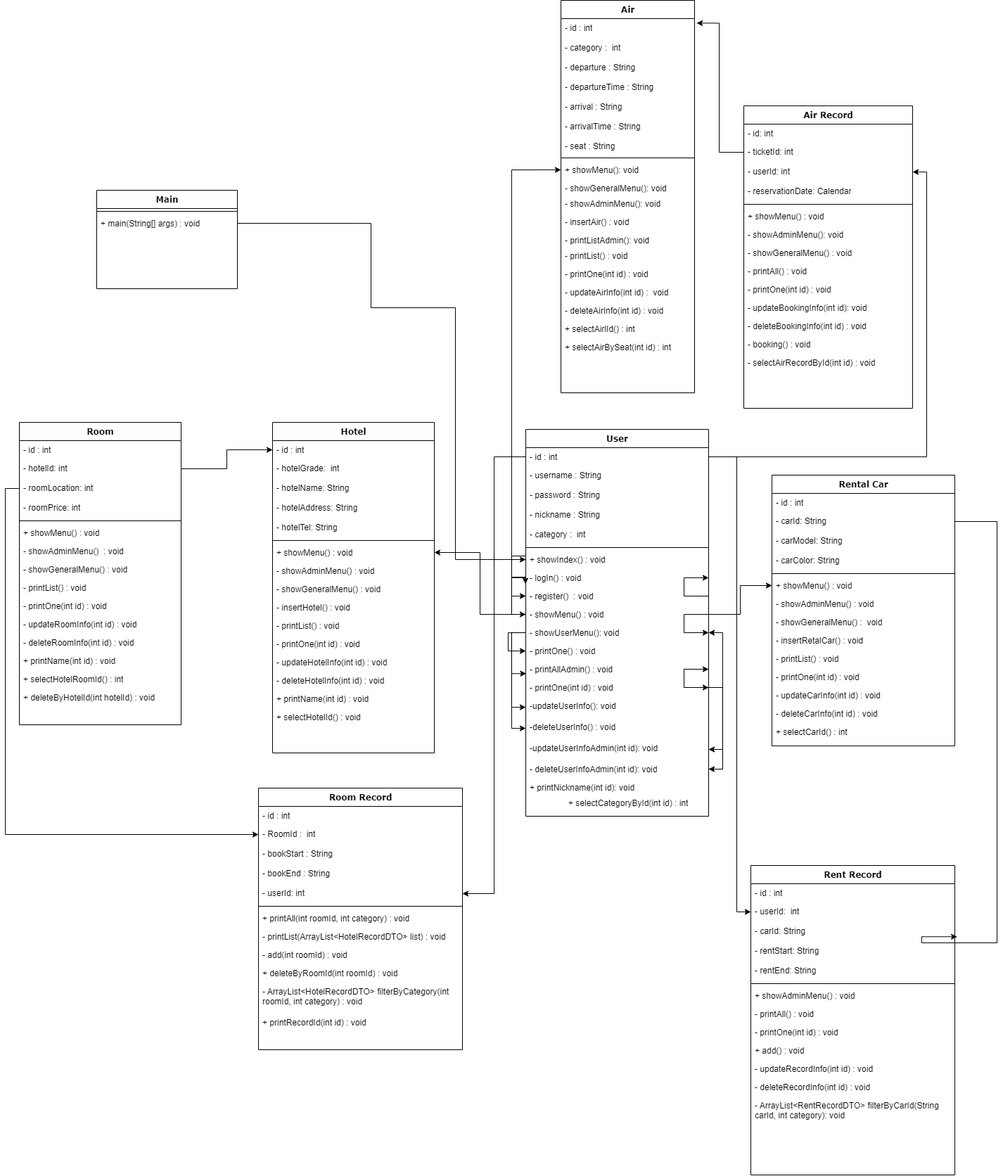
This is TravelProject/제목 없는 다이어그램의 복사본.drawio.png from yunheeversal/Study, a draw.io export, as it was before one commit. Source tidied: cells renumbered, new cells last; positions are measured from the earlier drawing's top-left corner, leaving out a move shared by most shapes.
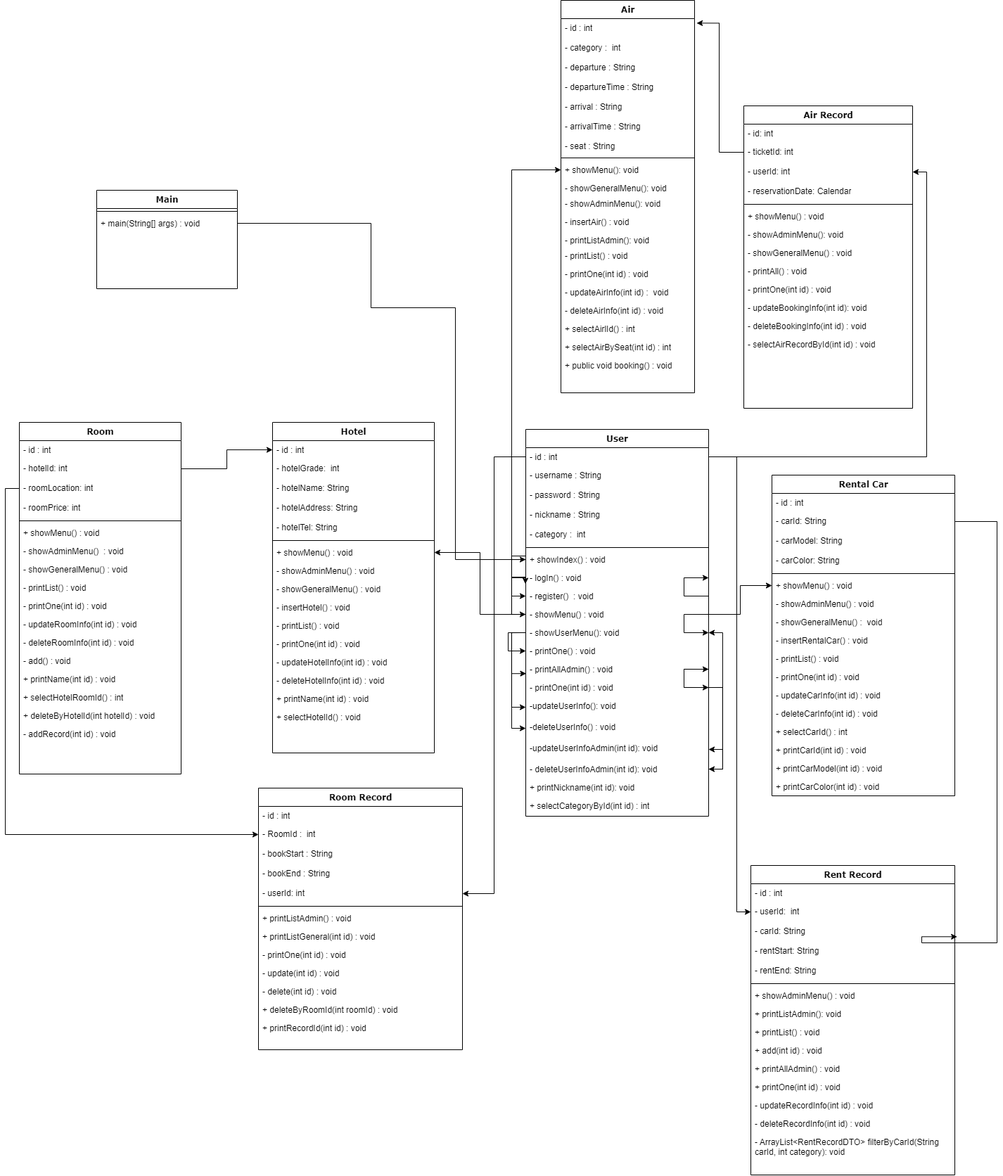
After the change.

Commit message:
제목 없는 다이어그램의 복사본.drawio.png 업데이트

The edit, as a diff of the source:
```diff
@@ -23,27 +23,27 @@
     <mxCell id="8" style="line;html=1;strokeWidth=1;fillColor=none;align=left;verticalAlign=middle;spacingTop=-1;spacingLeft=3;spacingRight=3;labelPosition=right;" parent="2" vertex="1">
       <mxGeometry y="164" width="290" height="8" as="geometry" />
     </mxCell>
-    <mxCell id="9" value="+ printAll(int roomId, int category) : void" style="text;html=1;strokeColor=none;fillColor=none;align=left;verticalAlign=top;spacingLeft=4;spacingRight=4;whiteSpace=wrap;overflow=hidden;" parent="2" vertex="1">
-      <mxGeometry y="172" width="290" height="26" as="geometry" />
-    </mxCell>
-    <mxCell id="10" value="-&amp;nbsp;printList(ArrayList&amp;lt;HotelRecordDTO&amp;gt; list) : void" style="text;html=1;strokeColor=none;fillColor=none;align=left;verticalAlign=top;spacingLeft=4;spacingRight=4;whiteSpace=wrap;overflow=hidden;" parent="2" vertex="1">
-      <mxGeometry y="198" width="290" height="26" as="geometry" />
+    <mxCell id="10" value="+&amp;nbsp;printListAdmin() : void" style="text;html=1;strokeColor=none;fillColor=none;align=left;verticalAlign=top;spacingLeft=4;spacingRight=4;whiteSpace=wrap;overflow=hidden;" parent="2" vertex="1">
+      <mxGeometry y="172" width="290" height="26" as="geometry" />
     </mxCell>
-    <mxCell id="11" value="-&amp;nbsp;add(int roomId) : void" style="text;html=1;strokeColor=none;fillColor=none;align=left;verticalAlign=top;spacingLeft=4;spacingRight=4;whiteSpace=wrap;overflow=hidden;" parent="2" vertex="1">
-      <mxGeometry y="224" width="290" height="26" as="geometry" />
+    <mxCell id="11" value="+&amp;nbsp;printListGeneral(int id) : void" style="text;html=1;strokeColor=none;fillColor=none;align=left;verticalAlign=top;spacingLeft=4;spacingRight=4;whiteSpace=wrap;overflow=hidden;" parent="2" vertex="1">
+      <mxGeometry y="198" width="290" height="26" as="geometry" />
     </mxCell>
+    <mxCell id="15" value="-&amp;nbsp;printOne(int id) : void" style="text;html=1;strokeColor=none;fillColor=none;align=left;verticalAlign=top;spacingLeft=4;spacingRight=4;whiteSpace=wrap;overflow=hidden;" parent="2" vertex="1">
+      <mxGeometry y="224" width="290" height="26" as="geometry" />
+    </mxCell>
+    <mxCell id="169" value="-&amp;nbsp;update(int id) : void" style="text;html=1;strokeColor=none;fillColor=none;align=left;verticalAlign=top;spacingLeft=4;spacingRight=4;whiteSpace=wrap;overflow=hidden;" parent="2" vertex="1">
+      <mxGeometry y="250" width="290" height="26" as="geometry" />
+    </mxCell>
+    <mxCell id="170" value="-&amp;nbsp;delete(int id) : void" style="text;html=1;strokeColor=none;fillColor=none;align=left;verticalAlign=top;spacingLeft=4;spacingRight=4;whiteSpace=wrap;overflow=hidden;" parent="2" vertex="1">
+      <mxGeometry y="276" width="290" height="26" as="geometry" />
+    </mxCell>
     <mxCell id="12" value="+&amp;nbsp;deleteByRoomId(int roomId) : void" style="text;html=1;strokeColor=none;fillColor=none;align=left;verticalAlign=top;spacingLeft=4;spacingRight=4;whiteSpace=wrap;overflow=hidden;" parent="2" vertex="1">
-      <mxGeometry y="250" width="290" height="26" as="geometry" />
+      <mxGeometry y="302" width="290" height="26" as="geometry" />
     </mxCell>
-    <mxCell id="13" value="-&amp;nbsp;ArrayList&amp;lt;HotelRecordDTO&amp;gt; filterByCategory(int roomId, int category) : void&amp;nbsp;" style="text;html=1;strokeColor=none;fillColor=none;align=left;verticalAlign=top;spacingLeft=4;spacingRight=4;whiteSpace=wrap;overflow=hidden;" parent="2" vertex="1">
-      <mxGeometry y="276" width="290" height="44" as="geometry" />
-    </mxCell>
     <mxCell id="14" value="+&amp;nbsp;printRecordId(int id) : void" style="text;html=1;strokeColor=none;fillColor=none;align=left;verticalAlign=top;spacingLeft=4;spacingRight=4;whiteSpace=wrap;overflow=hidden;" parent="2" vertex="1">
-      <mxGeometry y="320" width="290" height="26" as="geometry" />
+      <mxGeometry y="328" width="290" height="26" as="geometry" />
     </mxCell>
-    <mxCell id="15" style="text;html=1;strokeColor=none;fillColor=none;align=left;verticalAlign=top;spacingLeft=4;spacingRight=4;whiteSpace=wrap;overflow=hidden;" parent="2" vertex="1">
-      <mxGeometry y="346" width="290" height="26" as="geometry" />
-    </mxCell>
     <mxCell id="16" value="User" style="swimlane;html=1;fontStyle=1;align=center;verticalAlign=top;horizontal=1;startSize=26;swimlaneFillColor=#ffffff;rounded=0;shadow=0;comic=0;labelBackgroundColor=none;strokeWidth=1;fillColor=none;fontFamily=Verdana;fontSize=12;" parent="1" vertex="1">
       <mxGeometry x="720" y="610" width="260" height="550" as="geometry" />
     </mxCell>
@@ -177,6 +177,9 @@
     <mxCell id="49" value="+ printNickname(int id): void" style="text;html=1;strokeColor=none;fillColor=none;align=left;verticalAlign=top;spacingLeft=4;spacingRight=4;whiteSpace=wrap;overflow=hidden;" parent="16" vertex="1">
       <mxGeometry y="496" width="260" height="26" as="geometry" />
     </mxCell>
+    <mxCell id="157" value="+&amp;nbsp;selectCategoryById(int id) : int" style="text;html=1;strokeColor=none;fillColor=none;align=left;verticalAlign=top;spacingLeft=4;spacingRight=4;whiteSpace=wrap;overflow=hidden;" parent="16" vertex="1">
+      <mxGeometry y="522" width="260" height="26" as="geometry" />
+    </mxCell>
     <mxCell id="50" value="Air Record" style="swimlane;html=1;fontStyle=1;align=center;verticalAlign=top;horizontal=1;startSize=26;swimlaneFillColor=#ffffff;rounded=0;shadow=0;comic=0;labelBackgroundColor=none;strokeWidth=1;fillColor=none;fontFamily=Verdana;fontSize=12;" parent="1" vertex="1">
       <mxGeometry x="1030" y="150" width="240" height="430" as="geometry" />
     </mxCell>
@@ -216,14 +219,11 @@
     <mxCell id="62" value="-&amp;nbsp;deleteBookingInfo(int id) : void" style="text;html=1;strokeColor=none;fillColor=none;align=left;verticalAlign=top;spacingLeft=4;spacingRight=4;whiteSpace=wrap;overflow=hidden;" parent="50" vertex="1">
       <mxGeometry y="300" width="240" height="26" as="geometry" />
     </mxCell>
-    <mxCell id="63" value="-&amp;nbsp;booking() : void" style="text;html=1;strokeColor=none;fillColor=none;align=left;verticalAlign=top;spacingLeft=4;spacingRight=4;whiteSpace=wrap;overflow=hidden;" parent="50" vertex="1">
-      <mxGeometry y="326" width="240" height="26" as="geometry" />
-    </mxCell>
     <mxCell id="64" value="-&amp;nbsp;selectAirRecordById(int id) : void" style="text;html=1;strokeColor=none;fillColor=none;align=left;verticalAlign=top;spacingLeft=4;spacingRight=4;whiteSpace=wrap;overflow=hidden;" parent="50" vertex="1">
-      <mxGeometry y="352" width="240" height="26" as="geometry" />
+      <mxGeometry y="326" width="240" height="26" as="geometry" />
     </mxCell>
     <mxCell id="65" value="Room" style="swimlane;html=1;fontStyle=1;align=center;verticalAlign=top;horizontal=1;startSize=26;swimlaneFillColor=#ffffff;rounded=0;shadow=0;comic=0;labelBackgroundColor=none;strokeWidth=1;fillColor=none;fontFamily=Verdana;fontSize=12;" parent="1" vertex="1">
-      <mxGeometry y="600" width="230" height="430" as="geometry" />
+      <mxGeometry y="600" width="230" height="500" as="geometry" />
     </mxCell>
     <mxCell id="66" value="- id : int" style="text;html=1;strokeColor=none;fillColor=none;align=left;verticalAlign=top;spacingLeft=4;spacingRight=4;whiteSpace=wrap;overflow=hidden;" parent="65" vertex="1">
       <mxGeometry y="26" width="230" height="26" as="geometry" />
@@ -264,15 +264,21 @@
     <mxCell id="78" value="-&amp;nbsp;deleteRoomInfo(int id) : void" style="text;html=1;strokeColor=none;fillColor=none;align=left;verticalAlign=top;spacingLeft=4;spacingRight=4;whiteSpace=wrap;overflow=hidden;" parent="65" vertex="1">
       <mxGeometry y="300" width="230" height="26" as="geometry" />
     </mxCell>
+    <mxCell id="171" value="- add() : void" style="text;html=1;strokeColor=none;fillColor=none;align=left;verticalAlign=top;spacingLeft=4;spacingRight=4;whiteSpace=wrap;overflow=hidden;" parent="65" vertex="1">
+      <mxGeometry y="326" width="230" height="26" as="geometry" />
+    </mxCell>
     <mxCell id="79" value="+&amp;nbsp;printName(int id) : void" style="text;html=1;strokeColor=none;fillColor=none;align=left;verticalAlign=top;spacingLeft=4;spacingRight=4;whiteSpace=wrap;overflow=hidden;" parent="65" vertex="1">
-      <mxGeometry y="326" width="230" height="26" as="geometry" />
+      <mxGeometry y="352" width="230" height="26" as="geometry" />
     </mxCell>
     <mxCell id="80" value="+&amp;nbsp;selectHotelRoomId() : int" style="text;html=1;strokeColor=none;fillColor=none;align=left;verticalAlign=top;spacingLeft=4;spacingRight=4;whiteSpace=wrap;overflow=hidden;" parent="65" vertex="1">
-      <mxGeometry y="352" width="230" height="26" as="geometry" />
+      <mxGeometry y="378" width="230" height="26" as="geometry" />
     </mxCell>
     <mxCell id="81" value="+&amp;nbsp;deleteByHotelId(int hotelId) : void" style="text;html=1;strokeColor=none;fillColor=none;align=left;verticalAlign=top;spacingLeft=4;spacingRight=4;whiteSpace=wrap;overflow=hidden;" parent="65" vertex="1">
-      <mxGeometry y="378" width="230" height="26" as="geometry" />
+      <mxGeometry y="404" width="230" height="26" as="geometry" />
     </mxCell>
+    <mxCell id="172" value="-&amp;nbsp;addRecord(int id) : void" style="text;html=1;strokeColor=none;fillColor=none;align=left;verticalAlign=top;spacingLeft=4;spacingRight=4;whiteSpace=wrap;overflow=hidden;" parent="65" vertex="1">
+      <mxGeometry y="430" width="230" height="26" as="geometry" />
+    </mxCell>
     <mxCell id="82" value="Rent Record" style="swimlane;html=1;fontStyle=1;align=center;verticalAlign=top;horizontal=1;startSize=26;swimlaneFillColor=#ffffff;rounded=0;shadow=0;comic=0;labelBackgroundColor=none;strokeWidth=1;fillColor=none;fontFamily=Verdana;fontSize=12;" parent="1" vertex="1">
       <mxGeometry x="1040" y="1230" width="290" height="440" as="geometry" />
     </mxCell>
@@ -297,29 +303,32 @@
     <mxCell id="89" value="+ showAdminMenu() : void" style="text;html=1;strokeColor=none;fillColor=none;align=left;verticalAlign=top;spacingLeft=4;spacingRight=4;whiteSpace=wrap;overflow=hidden;" parent="82" vertex="1">
       <mxGeometry y="172" width="290" height="26" as="geometry" />
     </mxCell>
-    <mxCell id="90" value="-&amp;nbsp;printAll() : void" style="text;html=1;strokeColor=none;fillColor=none;align=left;verticalAlign=top;spacingLeft=4;spacingRight=4;whiteSpace=wrap;overflow=hidden;" parent="82" vertex="1">
+    <mxCell id="90" value="+&amp;nbsp;printListAdmin(): void" style="text;html=1;strokeColor=none;fillColor=none;align=left;verticalAlign=top;spacingLeft=4;spacingRight=4;whiteSpace=wrap;overflow=hidden;" parent="82" vertex="1">
       <mxGeometry y="198" width="290" height="26" as="geometry" />
     </mxCell>
-    <mxCell id="91" value="-&amp;nbsp;printOne(int id) : void" style="text;html=1;strokeColor=none;fillColor=none;align=left;verticalAlign=top;spacingLeft=4;spacingRight=4;whiteSpace=wrap;overflow=hidden;" parent="82" vertex="1">
+    <mxCell id="91" value="+&amp;nbsp;printList() : void" style="text;html=1;strokeColor=none;fillColor=none;align=left;verticalAlign=top;spacingLeft=4;spacingRight=4;whiteSpace=wrap;overflow=hidden;" parent="82" vertex="1">
       <mxGeometry y="224" width="290" height="26" as="geometry" />
     </mxCell>
-    <mxCell id="92" value="+&amp;nbsp;add() : void" style="text;html=1;strokeColor=none;fillColor=none;align=left;verticalAlign=top;spacingLeft=4;spacingRight=4;whiteSpace=wrap;overflow=hidden;" parent="82" vertex="1">
+    <mxCell id="92" value="+&amp;nbsp;add(int id) : void" style="text;html=1;strokeColor=none;fillColor=none;align=left;verticalAlign=top;spacingLeft=4;spacingRight=4;whiteSpace=wrap;overflow=hidden;" parent="82" vertex="1">
       <mxGeometry y="250" width="290" height="26" as="geometry" />
     </mxCell>
+    <mxCell id="96" value="+&amp;nbsp;printAllAdmin() : void" style="text;html=1;strokeColor=none;fillColor=none;align=left;verticalAlign=top;spacingLeft=4;spacingRight=4;whiteSpace=wrap;overflow=hidden;" parent="82" vertex="1">
+      <mxGeometry y="276" width="290" height="26" as="geometry" />
+    </mxCell>
+    <mxCell id="173" value="+&amp;nbsp;printOne(int id) : void" style="text;html=1;strokeColor=none;fillColor=none;align=left;verticalAlign=top;spacingLeft=4;spacingRight=4;whiteSpace=wrap;overflow=hidden;" parent="82" vertex="1">
+      <mxGeometry y="302" width="290" height="26" as="geometry" />
+    </mxCell>
     <mxCell id="93" value="-&amp;nbsp;updateRecordInfo(int id) : void" style="text;html=1;strokeColor=none;fillColor=none;align=left;verticalAlign=top;spacingLeft=4;spacingRight=4;whiteSpace=wrap;overflow=hidden;" parent="82" vertex="1">
-      <mxGeometry y="276" width="290" height="26" as="geometry" />
+      <mxGeometry y="328" width="290" height="26" as="geometry" />
     </mxCell>
     <mxCell id="94" value="-&amp;nbsp;deleteRecordInfo(int id) : void" style="text;html=1;strokeColor=none;fillColor=none;align=left;verticalAlign=top;spacingLeft=4;spacingRight=4;whiteSpace=wrap;overflow=hidden;" parent="82" vertex="1">
-      <mxGeometry y="302" width="290" height="26" as="geometry" />
+      <mxGeometry y="354" width="290" height="26" as="geometry" />
     </mxCell>
     <mxCell id="95" value="-&amp;nbsp;ArrayList&amp;lt;RentRecordDTO&amp;gt; filterByCarId(String carId, int category): void&amp;nbsp;" style="text;html=1;strokeColor=none;fillColor=none;align=left;verticalAlign=top;spacingLeft=4;spacingRight=4;whiteSpace=wrap;overflow=hidden;" parent="82" vertex="1">
-      <mxGeometry y="328" width="290" height="52" as="geometry" />
+      <mxGeometry y="380" width="290" height="52" as="geometry" />
     </mxCell>
-    <mxCell id="96" style="text;html=1;strokeColor=none;fillColor=none;align=left;verticalAlign=top;spacingLeft=4;spacingRight=4;whiteSpace=wrap;overflow=hidden;" parent="82" vertex="1">
-      <mxGeometry y="380" width="290" height="26" as="geometry" />
-    </mxCell>
     <mxCell id="97" value="Rental Car" style="swimlane;html=1;fontStyle=1;align=center;verticalAlign=top;horizontal=1;startSize=26;swimlaneFillColor=#ffffff;rounded=0;shadow=0;comic=0;labelBackgroundColor=none;strokeWidth=1;fillColor=none;fontFamily=Verdana;fontSize=12;" parent="1" vertex="1">
-      <mxGeometry x="1070" y="675" width="260" height="385" as="geometry" />
+      <mxGeometry x="1070" y="675" width="260" height="456" as="geometry" />
     </mxCell>
     <mxCell id="98" value="- id : int" style="text;html=1;strokeColor=none;fillColor=none;align=left;verticalAlign=top;spacingLeft=4;spacingRight=4;whiteSpace=wrap;overflow=hidden;" parent="97" vertex="1">
       <mxGeometry y="26" width="260" height="26" as="geometry" />
@@ -345,7 +354,7 @@
     <mxCell id="105" value="-&amp;nbsp;showGeneralMenu() :&amp;nbsp; void" style="text;html=1;strokeColor=none;fillColor=none;align=left;verticalAlign=top;spacingLeft=4;spacingRight=4;whiteSpace=wrap;overflow=hidden;" parent="97" vertex="1">
       <mxGeometry y="196" width="260" height="26" as="geometry" />
     </mxCell>
-    <mxCell id="106" value="-&amp;nbsp;insertRetalCar() : void" style="text;html=1;strokeColor=none;fillColor=none;align=left;verticalAlign=top;spacingLeft=4;spacingRight=4;whiteSpace=wrap;overflow=hidden;" parent="97" vertex="1">
+    <mxCell id="106" value="-&amp;nbsp;insertRentalCar() : void" style="text;html=1;strokeColor=none;fillColor=none;align=left;verticalAlign=top;spacingLeft=4;spacingRight=4;whiteSpace=wrap;overflow=hidden;" parent="97" vertex="1">
       <mxGeometry y="222" width="260" height="26" as="geometry" />
     </mxCell>
     <mxCell id="107" value="-&amp;nbsp;printList() : void" style="text;html=1;strokeColor=none;fillColor=none;align=left;verticalAlign=top;spacingLeft=4;spacingRight=4;whiteSpace=wrap;overflow=hidden;" parent="97" vertex="1">
@@ -363,6 +372,15 @@
     <mxCell id="111" value="+&amp;nbsp;selectCarId() : int" style="text;html=1;strokeColor=none;fillColor=none;align=left;verticalAlign=top;spacingLeft=4;spacingRight=4;whiteSpace=wrap;overflow=hidden;" parent="97" vertex="1">
       <mxGeometry y="352" width="260" height="26" as="geometry" />
     </mxCell>
+    <mxCell id="174" value="+&amp;nbsp;printCarId(int id) : void" style="text;html=1;strokeColor=none;fillColor=none;align=left;verticalAlign=top;spacingLeft=4;spacingRight=4;whiteSpace=wrap;overflow=hidden;" parent="97" vertex="1">
+      <mxGeometry y="378" width="260" height="26" as="geometry" />
+    </mxCell>
+    <mxCell id="175" value="+&amp;nbsp;printCarModel(int id) : void" style="text;html=1;strokeColor=none;fillColor=none;align=left;verticalAlign=top;spacingLeft=4;spacingRight=4;whiteSpace=wrap;overflow=hidden;" parent="97" vertex="1">
+      <mxGeometry y="404" width="260" height="26" as="geometry" />
+    </mxCell>
+    <mxCell id="176" value="+&amp;nbsp;printCarColor(int id) : void" style="text;html=1;strokeColor=none;fillColor=none;align=left;verticalAlign=top;spacingLeft=4;spacingRight=4;whiteSpace=wrap;overflow=hidden;" parent="97" vertex="1">
+      <mxGeometry y="430" width="260" height="26" as="geometry" />
+    </mxCell>
     <mxCell id="112" value="Hotel" style="swimlane;html=1;fontStyle=1;align=center;verticalAlign=top;horizontal=1;startSize=26;swimlaneFillColor=#ffffff;rounded=0;shadow=0;comic=0;labelBackgroundColor=none;strokeWidth=1;fillColor=none;fontFamily=Verdana;fontSize=12;" parent="1" vertex="1">
       <mxGeometry x="360" y="600" width="230" height="470" as="geometry" />
     </mxCell>
@@ -474,7 +492,7 @@
     <mxCell id="148" value="+&amp;nbsp;selectAirBySeat(int id) : int" style="text;html=1;strokeColor=none;fillColor=none;align=left;verticalAlign=top;spacingLeft=4;spacingRight=4;whiteSpace=wrap;overflow=hidden;" parent="129" vertex="1">
       <mxGeometry y="480" width="190" height="26" as="geometry" />
     </mxCell>
-    <mxCell id="149" style="text;html=1;strokeColor=none;fillColor=none;align=left;verticalAlign=top;spacingLeft=4;spacingRight=4;whiteSpace=wrap;overflow=hidden;" parent="129" vertex="1">
+    <mxCell id="149" value="+&amp;nbsp;public void booking() : void" style="text;html=1;strokeColor=none;fillColor=none;align=left;verticalAlign=top;spacingLeft=4;spacingRight=4;whiteSpace=wrap;overflow=hidden;" parent="129" vertex="1">
       <mxGeometry y="506" width="190" height="26" as="geometry" />
     </mxCell>
     <mxCell id="150" style="text;html=1;strokeColor=none;fillColor=none;align=left;verticalAlign=top;spacingLeft=4;spacingRight=4;whiteSpace=wrap;overflow=hidden;" parent="129" vertex="1">
@@ -498,9 +516,6 @@
     <mxCell id="156" style="edgeStyle=orthogonalEdgeStyle;rounded=0;jettySize=auto;html=1;exitX=0;exitY=0.5;exitDx=0;exitDy=0;entryX=1;entryY=0;entryDx=0;entryDy=0;" parent="1" edge="1" target="129">
       <mxGeometry relative="1" as="geometry" />
     </mxCell>
-    <mxCell id="157" value="+&amp;nbsp;selectCategoryById(int id) : int" style="text;html=1;strokeColor=none;fillColor=none;align=left;verticalAlign=top;spacingLeft=4;spacingRight=4;whiteSpace=wrap;overflow=hidden;" parent="1" vertex="1">
-      <mxGeometry x="775" y="1128" width="195" height="26" as="geometry" />
-    </mxCell>
     <mxCell id="158" style="edgeStyle=orthogonalEdgeStyle;rounded=0;jettySize=auto;html=1;exitX=0;exitY=0.5;exitDx=0;exitDy=0;entryX=1.016;entryY=0.227;entryDx=0;entryDy=0;entryPerimeter=0;" parent="1" edge="1" source="52" target="130">
       <mxGeometry relative="1" as="geometry" />
     </mxCell>
```
